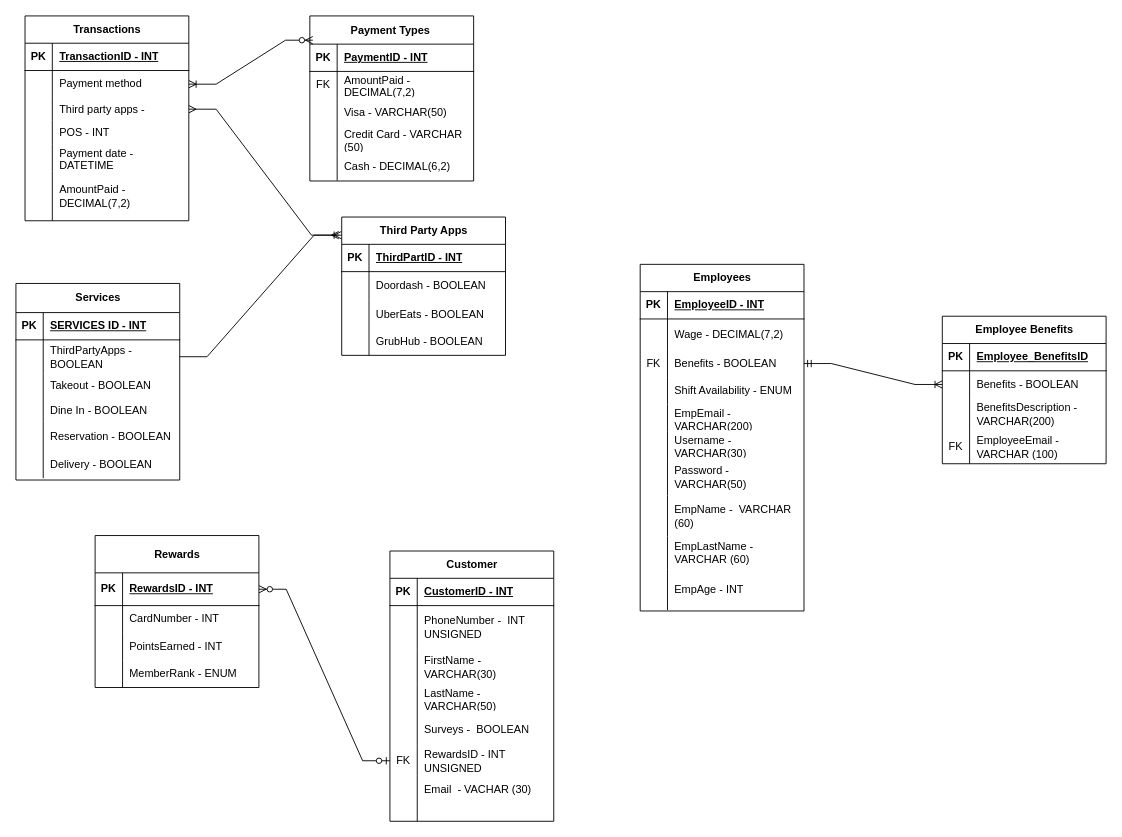
VieriNice/W2_Exercises keeps this draw.io diagram as VieriDiagram.drawio. Above is the earlier version. Source tidied: cells renumbered, new cells numbered last; positions are measured from the earlier drawing's top-left corner, leaving out a move shared by most shapes. Both pictures are drawn from the tidied source at 91%, with x=0, y=0 at pixel (15, 15).
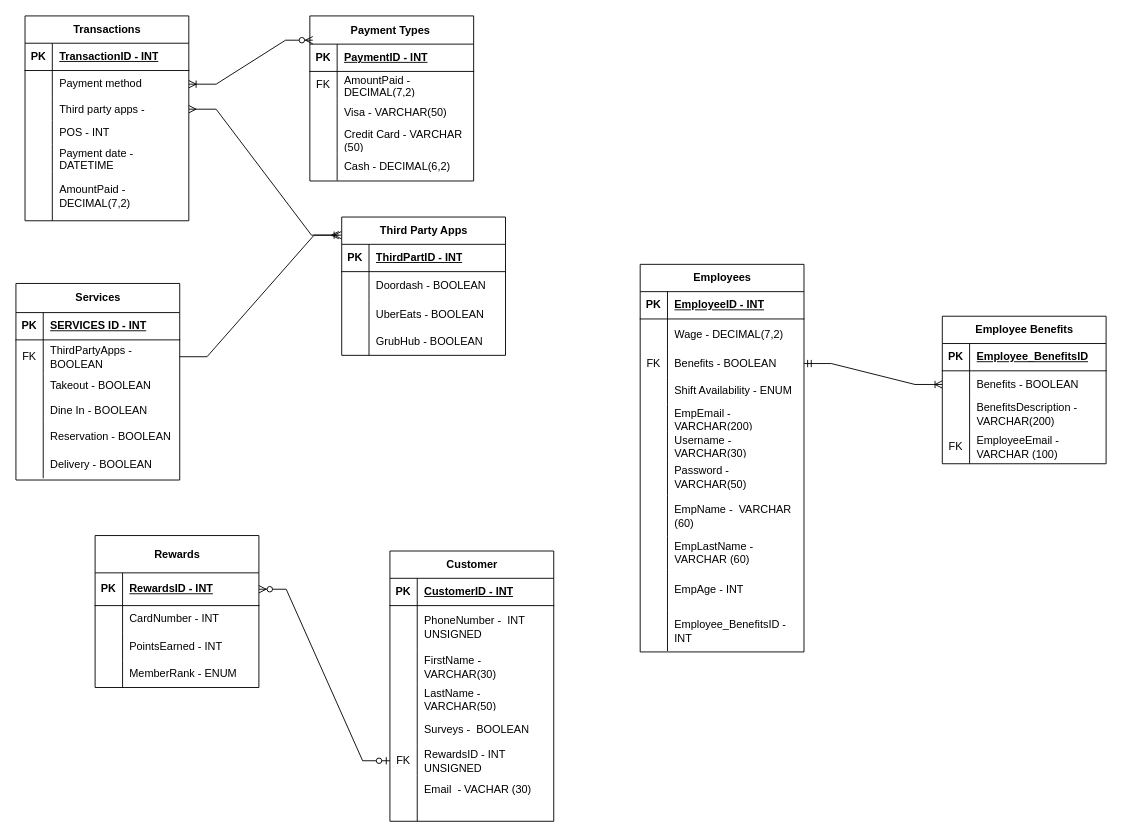
After the change.

Unchanged cells that the change refers to:
```xml
<mxCell id="81" style="shape=tableRow;horizontal=0;startSize=0;swimlaneHead=0;swimlaneBody=0;fillColor=none;points=[[0,0.5],[1,0.5]];portConstraint=eastwest;top=0;left=0;right=0;bottom=0;" parent="77" vertex="1">
  <mxGeometry y="62" width="180" height="37" as="geometry" />
</mxCell>
```

What changed in the source:
```diff
@@
     <mxCell id="46" value="Employees" style="shape=table;startSize=30;childLayout=tableLayout;rowLines=0;fontStyle=1;align=center;html=1;" parent="1" vertex="1">
-      <mxGeometry x="686" y="273" width="180" height="380.9" as="geometry" />
+      <mxGeometry x="686" y="273" width="180" height="425.9" as="geometry" />
     </mxCell>
@@
+    <mxCell id="156" style="shape=tableRow;horizontal=0;startSize=0;swimlaneHead=0;swimlaneBody=0;fillColor=none;top=0;left=0;right=0;bottom=0;" parent="46" vertex="1">
+      <mxGeometry y="380" width="180" height="45" as="geometry" />
+    </mxCell>
+    <mxCell id="157" style="shape=partialRectangle;fillColor=none;top=0;left=0;bottom=0;right=0;overflow=hidden;whiteSpace=wrap;html=1;" parent="156" vertex="1">
+      <mxGeometry width="30" height="45" as="geometry" />
+    </mxCell>
+    <mxCell id="158" value="Employee_BenefitsID - INT" style="shape=partialRectangle;fillColor=none;top=0;left=0;bottom=0;right=0;align=left;spacingLeft=6;overflow=hidden;whiteSpace=wrap;html=1;" parent="156" vertex="1">
+      <mxGeometry x="30" width="150" height="45" as="geometry" />
+    </mxCell>
@@
-    <mxCell id="82" style="shape=partialRectangle;fillColor=none;top=0;left=0;bottom=0;right=0;overflow=hidden;whiteSpace=wrap;html=1;" parent="81" vertex="1">
+    <mxCell id="82" value="FK" style="shape=partialRectangle;fillColor=none;top=0;left=0;bottom=0;right=0;overflow=hidden;whiteSpace=wrap;html=1;" parent="81" vertex="1">
       <mxGeometry width="30" height="37" as="geometry" />
     </mxCell>
```
